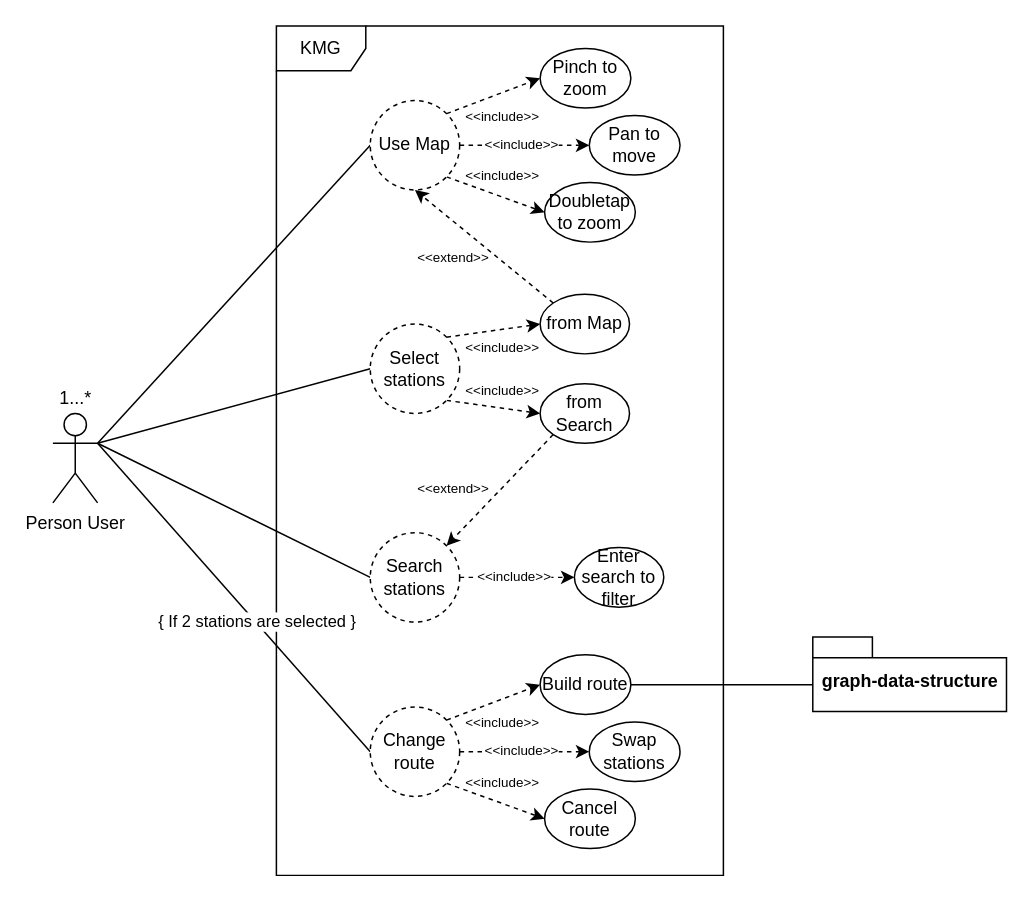
The draw.io diagram UML diagrams/source/useCase.drawio in nksazonov/KyivMetroGuidebook, before the edit. Source tidied: cells renumbered, new cells numbered last; positions are measured from the earlier drawing's top-left corner, leaving out a move shared by most shapes. Both pictures are drawn from the tidied source at 149%, with x=0, y=0 at pixel (45, 25).
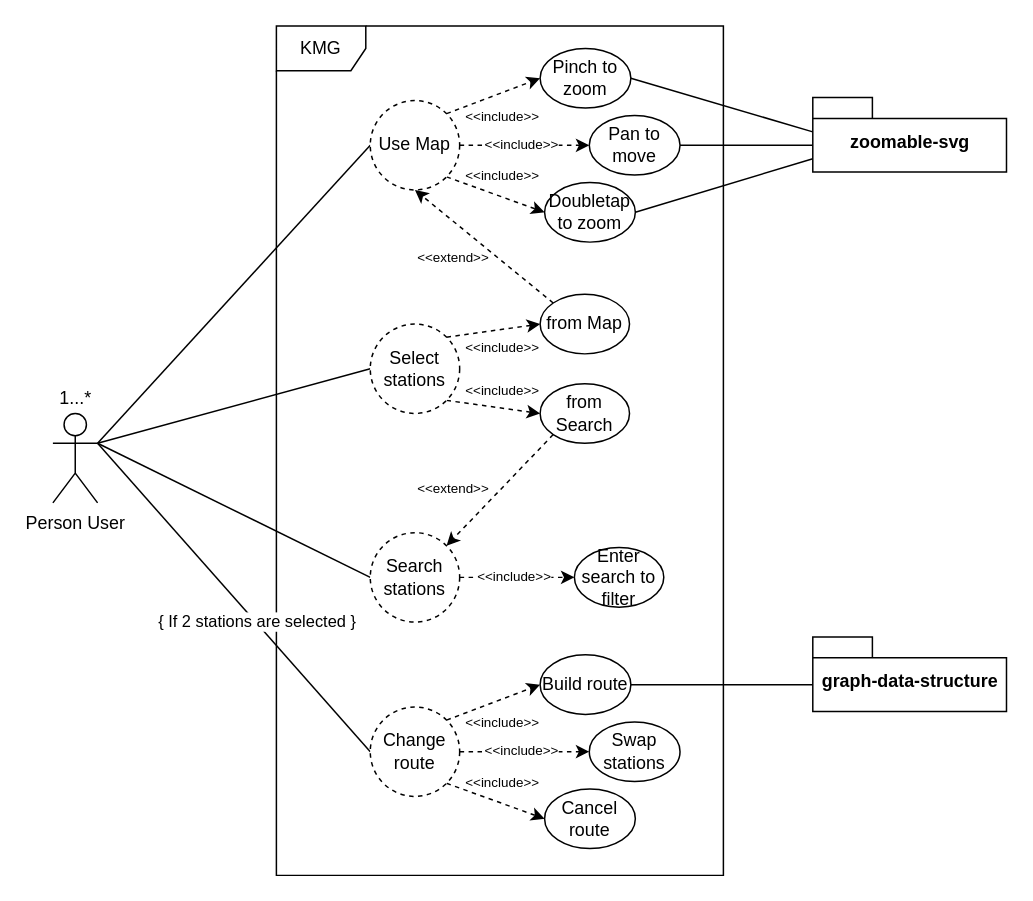
Above is the later version.

Commit message (it also covers changes not shown here):
[ ADDED ] zoomable-svg role to UML

Unchanged cells that the change refers to:
```xml
<mxCell id="35" value="Pinch to zoom" style="ellipse;whiteSpace=wrap;html=1;" parent="1" vertex="1">
  <mxGeometry x="332" y="15" width="60.9" height="40" as="geometry" />
</mxCell>
<mxCell id="37" value="Pan to move" style="ellipse;whiteSpace=wrap;html=1;" parent="1" vertex="1">
  <mxGeometry x="365" y="60" width="60.9" height="40" as="geometry" />
</mxCell>
<mxCell id="39" value="Doubletap to zoom" style="ellipse;whiteSpace=wrap;html=1;" parent="1" vertex="1">
  <mxGeometry x="335" y="105" width="60.9" height="40" as="geometry" />
</mxCell>
```

Diff of the diagram source:
```diff
@@
+    <mxCell id="47" style="rounded=0;jettySize=auto;html=1;exitX=0;exitY=0;exitDx=0;exitDy=32;exitPerimeter=0;entryX=1;entryY=0.5;entryDx=0;entryDy=0;endArrow=none;endFill=0;" parent="1" edge="1" source="50" target="37">
+      <mxGeometry relative="1" as="geometry" />
+    </mxCell>
+    <mxCell id="48" style="edgeStyle=none;rounded=0;jettySize=auto;html=1;exitX=0;exitY=0;exitDx=0;exitDy=23;exitPerimeter=0;entryX=1;entryY=0.5;entryDx=0;entryDy=0;endArrow=none;endFill=0;" parent="1" edge="1" source="50" target="35">
+      <mxGeometry relative="1" as="geometry" />
+    </mxCell>
+    <mxCell id="49" style="edgeStyle=none;rounded=0;jettySize=auto;html=1;exitX=0;exitY=0;exitDx=0;exitDy=41;exitPerimeter=0;entryX=1;entryY=0.5;entryDx=0;entryDy=0;endArrow=none;endFill=0;" parent="1" edge="1" source="50" target="39">
+      <mxGeometry relative="1" as="geometry" />
+    </mxCell>
+    <mxCell id="50" value="zoomable-svg" style="shape=folder;fontStyle=1;spacingTop=10;tabWidth=40;tabHeight=14;tabPosition=left;html=1;" parent="1" vertex="1">
+      <mxGeometry x="515" y="48" width="130" height="50" as="geometry" />
+    </mxCell>
```
